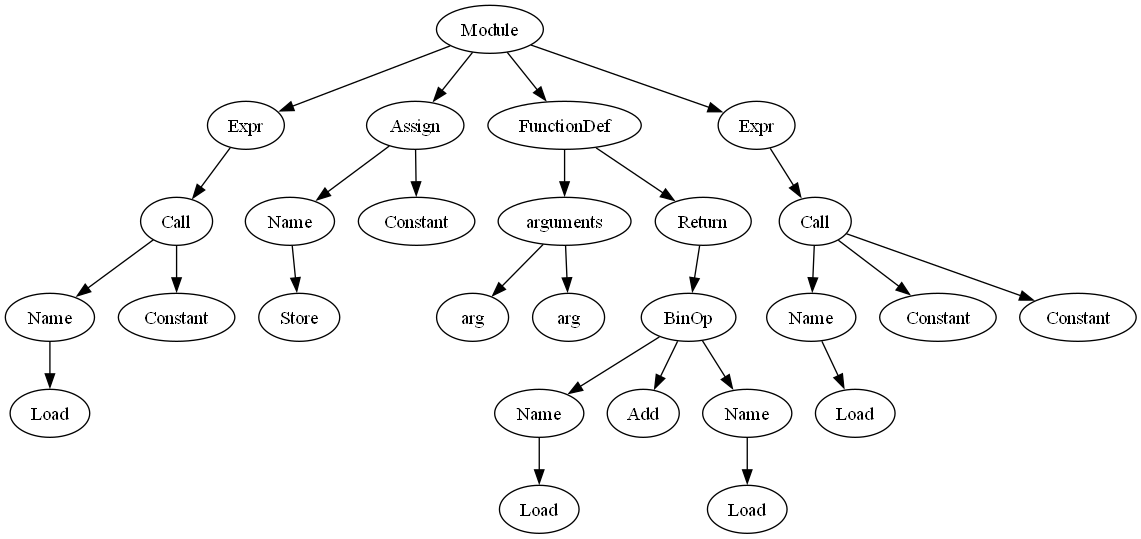
Above: ast.png in noone-m/python2ast (Graphviz), before the change. Its source is kept beside it as ast.dot. Source of this version:
```dot
digraph {
	0 [label=Module]
	1 [label=Expr]
	2 [label=Call]
	3 [label=Name]
	4 [label=Load]
	3 -> 4
	2 -> 3
	5 [label=Constant]
	2 -> 5
	1 -> 2
	0 -> 1
	6 [label=Assign]
	7 [label=Name]
	8 [label=Store]
	7 -> 8
	6 -> 7
	9 [label=Constant]
	6 -> 9
	0 -> 6
	10 [label=FunctionDef]
	11 [label=arguments]
	12 [label=arg]
	11 -> 12
	13 [label=arg]
	11 -> 13
	10 -> 11
	14 [label=Return]
	15 [label=BinOp]
	16 [label=Name]
	17 [label=Load]
	16 -> 17
	15 -> 16
	18 [label=Add]
	15 -> 18
	19 [label=Name]
	20 [label=Load]
	19 -> 20
	15 -> 19
	14 -> 15
	10 -> 14
	0 -> 10
	21 [label=Expr]
	22 [label=Call]
	23 [label=Name]
	24 [label=Load]
	23 -> 24
	22 -> 23
	25 [label=Constant]
	22 -> 25
	26 [label=Constant]
	22 -> 26
	21 -> 22
	0 -> 21
}
```
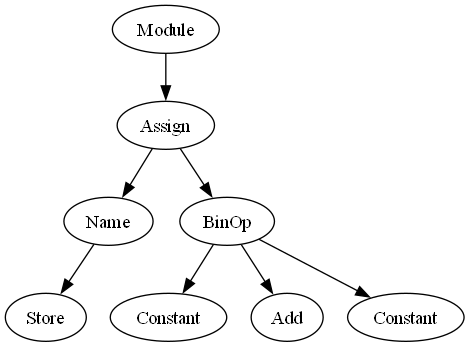
Later version of the same file.

Change to the diagram source:
```diff
@@ -1,55 +1,17 @@
 digraph {
 	0 [label=Module]
-	1 [label=Expr]
-	2 [label=Call]
-	3 [label=Name]
-	4 [label=Load]
-	3 -> 4
+	1 [label=Assign]
+	2 [label=Name]
+	3 [label=Store]
 	2 -> 3
+	1 -> 2
+	4 [label=BinOp]
 	5 [label=Constant]
-	2 -> 5
-	1 -> 2
+	4 -> 5
+	6 [label=Add]
+	4 -> 6
+	7 [label=Constant]
+	4 -> 7
+	1 -> 4
 	0 -> 1
-	6 [label=Assign]
-	7 [label=Name]
-	8 [label=Store]
-	7 -> 8
-	6 -> 7
-	9 [label=Constant]
-	6 -> 9
-	0 -> 6
-	10 [label=FunctionDef]
-	11 [label=arguments]
-	12 [label=arg]
-	11 -> 12
-	13 [label=arg]
-	11 -> 13
-	10 -> 11
-	14 [label=Return]
-	15 [label=BinOp]
-	16 [label=Name]
-	17 [label=Load]
-	16 -> 17
-	15 -> 16
-	18 [label=Add]
-	15 -> 18
-	19 [label=Name]
-	20 [label=Load]
-	19 -> 20
-	15 -> 19
-	14 -> 15
-	10 -> 14
-	0 -> 10
-	21 [label=Expr]
-	22 [label=Call]
-	23 [label=Name]
-	24 [label=Load]
-	23 -> 24
-	22 -> 23
-	25 [label=Constant]
-	22 -> 25
-	26 [label=Constant]
-	22 -> 26
-	21 -> 22
-	0 -> 21
 }
```
